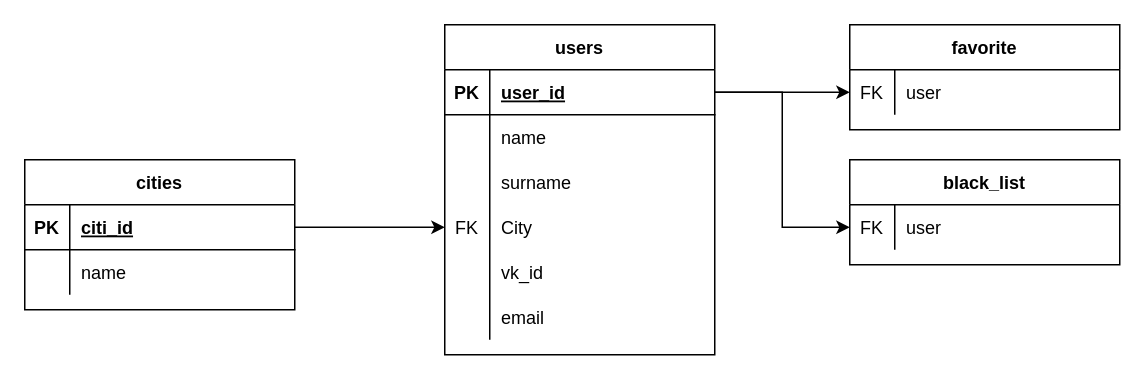
Earlier version of the draw.io diagram vk_bd.drawio (nfadeaway/VkTinder-for-Python). Source tidied: cells renumbered, new cells numbered last; positions are measured from the earlier drawing's top-left corner, leaving out a move shared by most shapes. Both pictures are drawn from the tidied source at 150%, with x=0, y=0 at pixel (24, 24).
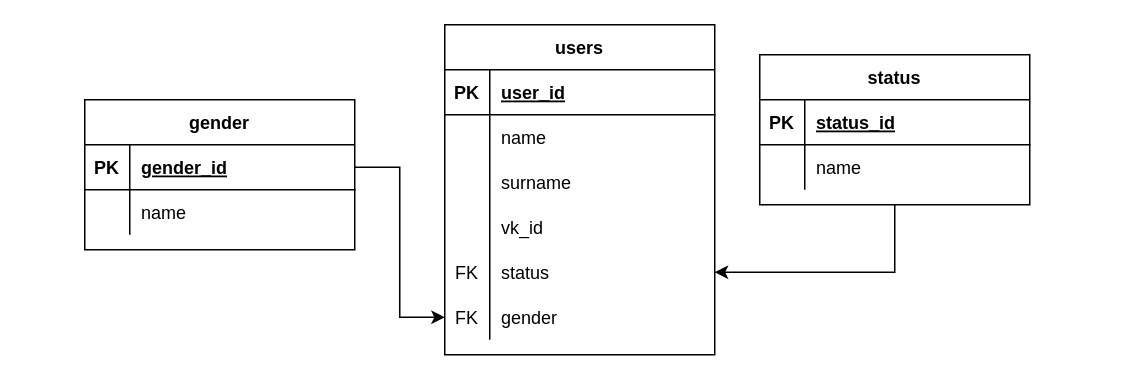
The same diagram, later.

The change refers to these unchanged cells:
```xml
<mxCell id="2" value="users" style="shape=table;startSize=30;childLayout=tableLayout;rowLines=0;fontStyle=1;align=center;" parent="1" vertex="1">
  <mxGeometry x="280" width="180" height="220" as="geometry" />
</mxCell>
<mxCell id="3" style="shape=tableRow;horizontal=0;startSize=0;swimlaneHead=0;swimlaneBody=0;fillColor=none;points=[[0,0.5],[1,0.5]];portConstraint=eastwest;top=0;left=0;right=0;bottom=1;" parent="2" vertex="1">
  <mxGeometry y="30" width="180" height="30" as="geometry" />
</mxCell>
<mxCell id="18" style="shape=tableRow;horizontal=0;startSize=0;swimlaneHead=0;swimlaneBody=0;fillColor=none;points=[[0,0.5],[1,0.5]];portConstraint=eastwest;top=0;left=0;right=0;bottom=0;" parent="2" vertex="1">
  <mxGeometry y="180" width="180" height="30" as="geometry" />
</mxCell>
```

The edit, as a diff of the source:
```diff
@@
-    <mxCell id="12" style="shape=tableRow;horizontal=0;startSize=0;swimlaneHead=0;swimlaneBody=0;fillColor=none;points=[[0,0.5],[1,0.5]];portConstraint=eastwest;top=0;left=0;right=0;bottom=0;" parent="2" vertex="1">
-      <mxGeometry y="120" width="180" height="30" as="geometry" />
-    </mxCell>
-    <mxCell id="13" value="FK" style="shape=partialRectangle;fillColor=none;top=0;left=0;bottom=0;right=0;overflow=hidden;" parent="12" vertex="1">
-      <mxGeometry width="30" height="30" as="geometry" />
-    </mxCell>
-    <mxCell id="14" value="City" style="shape=partialRectangle;fillColor=none;top=0;left=0;bottom=0;right=0;align=left;spacingLeft=6;overflow=hidden;" parent="12" vertex="1">
-      <mxGeometry x="30" width="150" height="30" as="geometry" />
-    </mxCell>
     <mxCell id="15" style="shape=tableRow;horizontal=0;startSize=0;swimlaneHead=0;swimlaneBody=0;fillColor=none;top=0;left=0;right=0;bottom=0;" parent="2" vertex="1">
-      <mxGeometry y="150" width="180" height="30" as="geometry" />
+      <mxGeometry y="120" width="180" height="30" as="geometry" />
     </mxCell>
@@
+    <mxCell id="39" style="shape=tableRow;horizontal=0;startSize=0;swimlaneHead=0;swimlaneBody=0;fillColor=none;points=[[0,0.5],[1,0.5]];portConstraint=eastwest;top=0;left=0;right=0;bottom=0;" parent="2" vertex="1">
+      <mxGeometry y="150" width="180" height="30" as="geometry" />
+    </mxCell>
+    <mxCell id="40" value="FK" style="shape=partialRectangle;fillColor=none;top=0;left=0;bottom=0;right=0;overflow=hidden;" parent="39" vertex="1">
+      <mxGeometry width="30" height="30" as="geometry" />
+    </mxCell>
+    <mxCell id="41" value="status" style="shape=partialRectangle;fillColor=none;top=0;left=0;bottom=0;right=0;align=left;spacingLeft=6;overflow=hidden;" parent="39" vertex="1">
+      <mxGeometry x="30" width="150" height="30" as="geometry" />
+    </mxCell>
@@
-    <mxCell id="19" style="shape=partialRectangle;fillColor=none;top=0;left=0;bottom=0;right=0;overflow=hidden;" parent="18" vertex="1">
-      <mxGeometry width="30" height="30" as="geometry" />
-    </mxCell>
-    <mxCell id="20" value="email" style="shape=partialRectangle;fillColor=none;top=0;left=0;bottom=0;right=0;align=left;spacingLeft=6;overflow=hidden;" parent="18" vertex="1">
-      <mxGeometry x="30" width="150" height="30" as="geometry" />
-    </mxCell>
-    <mxCell id="21" value="cities" style="shape=table;startSize=30;childLayout=tableLayout;rowLines=0;fontStyle=1;align=center;" parent="1" vertex="1">
-      <mxGeometry y="90" width="180" height="100" as="geometry" />
-    </mxCell>
-    <mxCell id="22" style="shape=tableRow;horizontal=0;startSize=0;swimlaneHead=0;swimlaneBody=0;fillColor=none;points=[[0,0.5],[1,0.5]];portConstraint=eastwest;top=0;left=0;right=0;bottom=1;" parent="21" vertex="1">
-      <mxGeometry y="30" width="180" height="30" as="geometry" />
-    </mxCell>
-    <mxCell id="23" value="PK" style="shape=partialRectangle;fillColor=none;top=0;left=0;bottom=0;right=0;fontStyle=1;overflow=hidden;" parent="22" vertex="1">
-      <mxGeometry width="30" height="30" as="geometry" />
-    </mxCell>
-    <mxCell id="24" value="citi_id" style="shape=partialRectangle;fillColor=none;top=0;left=0;bottom=0;right=0;align=left;spacingLeft=6;fontStyle=5;overflow=hidden;" parent="22" vertex="1">
-      <mxGeometry x="30" width="150" height="30" as="geometry" />
-    </mxCell>
-    <mxCell id="25" style="shape=tableRow;horizontal=0;startSize=0;swimlaneHead=0;swimlaneBody=0;fillColor=none;top=0;left=0;right=0;bottom=0;" parent="21" vertex="1">
-      <mxGeometry y="60" width="180" height="30" as="geometry" />
-    </mxCell>
-    <mxCell id="26" style="shape=partialRectangle;fillColor=none;top=0;left=0;bottom=0;right=0;overflow=hidden;" parent="25" vertex="1">
-      <mxGeometry width="30" height="30" as="geometry" />
-    </mxCell>
-    <mxCell id="27" value="name" style="shape=partialRectangle;fillColor=none;top=0;left=0;bottom=0;right=0;align=left;spacingLeft=6;overflow=hidden;" parent="25" vertex="1">
-      <mxGeometry x="30" width="150" height="30" as="geometry" />
-    </mxCell>
-    <mxCell id="28" style="edgeStyle=orthogonalEdgeStyle;rounded=0;jettySize=auto;html=1;" parent="1" edge="1" source="22" target="12">
-      <mxGeometry relative="1" as="geometry" />
-    </mxCell>
-    <mxCell id="29" value="favorite" style="shape=table;startSize=30;childLayout=tableLayout;rowLines=0;fontStyle=1;align=center;" parent="1" vertex="1">
-      <mxGeometry x="550" width="180" height="70" as="geometry" />
-    </mxCell>
-    <mxCell id="30" style="shape=tableRow;horizontal=0;startSize=0;swimlaneHead=0;swimlaneBody=0;fillColor=none;points=[[0,0.5],[1,0.5]];portConstraint=eastwest;top=0;left=0;right=0;bottom=0;" parent="29" vertex="1">
-      <mxGeometry y="30" width="180" height="30" as="geometry" />
-    </mxCell>
-    <mxCell id="31" value="FK" style="shape=partialRectangle;fillColor=none;top=0;left=0;bottom=0;right=0;overflow=hidden;" parent="30" vertex="1">
-      <mxGeometry width="30" height="30" as="geometry" />
-    </mxCell>
-    <mxCell id="32" value="user" style="shape=partialRectangle;fillColor=none;top=0;left=0;bottom=0;right=0;align=left;spacingLeft=6;overflow=hidden;" parent="30" vertex="1">
-      <mxGeometry x="30" width="150" height="30" as="geometry" />
-    </mxCell>
-    <mxCell id="33" style="edgeStyle=orthogonalEdgeStyle;rounded=0;jettySize=auto;html=1;" parent="1" edge="1" source="3" target="30">
-      <mxGeometry relative="1" as="geometry" />
-    </mxCell>
-    <mxCell id="34" value="black_list" style="shape=table;startSize=30;childLayout=tableLayout;rowLines=0;fontStyle=1;align=center;" parent="1" vertex="1">
-      <mxGeometry x="550" y="90" width="180" height="70" as="geometry" />
-    </mxCell>
-    <mxCell id="35" style="shape=tableRow;horizontal=0;startSize=0;swimlaneHead=0;swimlaneBody=0;fillColor=none;points=[[0,0.5],[1,0.5]];portConstraint=eastwest;top=0;left=0;right=0;bottom=0;" parent="34" vertex="1">
-      <mxGeometry y="30" width="180" height="30" as="geometry" />
-    </mxCell>
-    <mxCell id="36" value="FK" style="shape=partialRectangle;fillColor=none;top=0;left=0;bottom=0;right=0;overflow=hidden;" parent="35" vertex="1">
-      <mxGeometry width="30" height="30" as="geometry" />
-    </mxCell>
-    <mxCell id="37" value="user" style="shape=partialRectangle;fillColor=none;top=0;left=0;bottom=0;right=0;align=left;spacingLeft=6;overflow=hidden;" parent="35" vertex="1">
-      <mxGeometry x="30" width="150" height="30" as="geometry" />
-    </mxCell>
-    <mxCell id="38" style="edgeStyle=orthogonalEdgeStyle;rounded=0;jettySize=auto;html=1;entryX=0;entryY=0.5;entryDx=0;entryDy=0;" parent="1" edge="1" source="3" target="35">
-      <mxGeometry relative="1" as="geometry" />
-    </mxCell>
+    <mxCell id="42" value="FK" style="shape=partialRectangle;fillColor=none;top=0;left=0;bottom=0;right=0;overflow=hidden;" parent="18" vertex="1">
+      <mxGeometry width="30" height="30" as="geometry" />
+    </mxCell>
+    <mxCell id="43" value="gender" style="shape=partialRectangle;fillColor=none;top=0;left=0;bottom=0;right=0;align=left;spacingLeft=6;overflow=hidden;" parent="18" vertex="1">
+      <mxGeometry x="30" width="150" height="30" as="geometry" />
+    </mxCell>
+    <mxCell id="44" style="edgeStyle=orthogonalEdgeStyle;rounded=0;jettySize=auto;html=1;" parent="1" edge="1" source="45" target="39">
+      <mxGeometry relative="1" as="geometry" />
+    </mxCell>
+    <mxCell id="45" value="status" style="shape=table;startSize=30;childLayout=tableLayout;rowLines=0;fontStyle=1;align=center;" parent="1" vertex="1">
+      <mxGeometry x="490" y="20" width="180" height="100" as="geometry" />
+    </mxCell>
+    <mxCell id="46" style="shape=tableRow;horizontal=0;startSize=0;swimlaneHead=0;swimlaneBody=0;fillColor=none;top=0;left=0;right=0;bottom=1;" parent="45" vertex="1">
+      <mxGeometry y="30" width="180" height="30" as="geometry" />
+    </mxCell>
+    <mxCell id="47" value="PK" style="shape=partialRectangle;fillColor=none;top=0;left=0;bottom=0;right=0;fontStyle=1;overflow=hidden;" parent="46" vertex="1">
+      <mxGeometry width="30" height="30" as="geometry" />
+    </mxCell>
+    <mxCell id="48" value="status_id" style="shape=partialRectangle;fillColor=none;top=0;left=0;bottom=0;right=0;align=left;spacingLeft=6;fontStyle=5;overflow=hidden;" parent="46" vertex="1">
+      <mxGeometry x="30" width="150" height="30" as="geometry" />
+    </mxCell>
+    <mxCell id="49" style="shape=tableRow;horizontal=0;startSize=0;swimlaneHead=0;swimlaneBody=0;fillColor=none;top=0;left=0;right=0;bottom=0;" parent="45" vertex="1">
+      <mxGeometry y="60" width="180" height="30" as="geometry" />
+    </mxCell>
+    <mxCell id="50" style="shape=partialRectangle;fillColor=none;top=0;left=0;bottom=0;right=0;overflow=hidden;" parent="49" vertex="1">
+      <mxGeometry width="30" height="30" as="geometry" />
+    </mxCell>
+    <mxCell id="51" value="name" style="shape=partialRectangle;fillColor=none;top=0;left=0;bottom=0;right=0;align=left;spacingLeft=6;overflow=hidden;" parent="49" vertex="1">
+      <mxGeometry x="30" width="150" height="30" as="geometry" />
+    </mxCell>
+    <mxCell id="52" value="gender" style="shape=table;startSize=30;childLayout=tableLayout;rowLines=0;fontStyle=1;align=center;" parent="1" vertex="1">
+      <mxGeometry x="40" y="50" width="180" height="100" as="geometry" />
+    </mxCell>
+    <mxCell id="53" style="shape=tableRow;horizontal=0;startSize=0;swimlaneHead=0;swimlaneBody=0;fillColor=none;points=[[0,0.5],[1,0.5]];portConstraint=eastwest;top=0;left=0;right=0;bottom=1;" parent="52" vertex="1">
+      <mxGeometry y="30" width="180" height="30" as="geometry" />
+    </mxCell>
+    <mxCell id="54" value="PK" style="shape=partialRectangle;fillColor=none;top=0;left=0;bottom=0;right=0;fontStyle=1;overflow=hidden;" parent="53" vertex="1">
+      <mxGeometry width="30" height="30" as="geometry" />
+    </mxCell>
+    <mxCell id="55" value="gender_id" style="shape=partialRectangle;fillColor=none;top=0;left=0;bottom=0;right=0;align=left;spacingLeft=6;fontStyle=5;overflow=hidden;" parent="53" vertex="1">
+      <mxGeometry x="30" width="150" height="30" as="geometry" />
+    </mxCell>
+    <mxCell id="56" style="shape=tableRow;horizontal=0;startSize=0;swimlaneHead=0;swimlaneBody=0;fillColor=none;top=0;left=0;right=0;bottom=0;" parent="52" vertex="1">
+      <mxGeometry y="60" width="180" height="30" as="geometry" />
+    </mxCell>
+    <mxCell id="57" style="shape=partialRectangle;fillColor=none;top=0;left=0;bottom=0;right=0;overflow=hidden;" parent="56" vertex="1">
+      <mxGeometry width="30" height="30" as="geometry" />
+    </mxCell>
+    <mxCell id="58" value="name" style="shape=partialRectangle;fillColor=none;top=0;left=0;bottom=0;right=0;align=left;spacingLeft=6;overflow=hidden;" parent="56" vertex="1">
+      <mxGeometry x="30" width="150" height="30" as="geometry" />
+    </mxCell>
+    <mxCell id="59" style="edgeStyle=orthogonalEdgeStyle;rounded=0;jettySize=auto;html=1;" parent="1" edge="1" source="53" target="18">
+      <mxGeometry relative="1" as="geometry" />
+    </mxCell>
```
